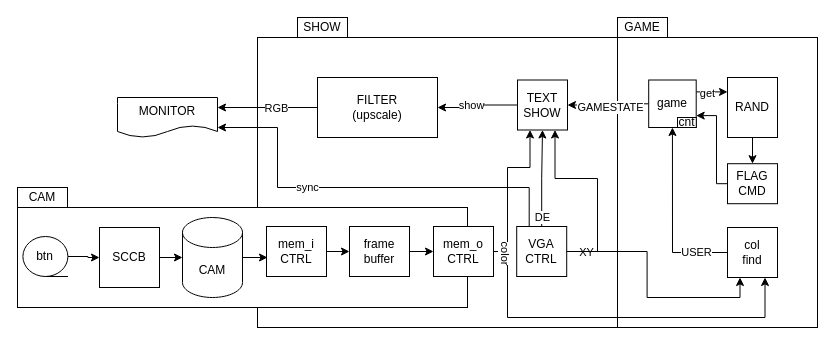
cong2738/FlagGame keeps this draw.io diagram as page "Project design" (1 of 4) of doc/SystenArchitecture.drawio. Above is the earlier version. Source tidied: cells renumbered, new cells numbered last; positions are measured from the earlier drawing's top-left corner, leaving out a move shared by most shapes. Both pictures are drawn from the tidied source at 100%, with x=0, y=0 at pixel (17, 17).
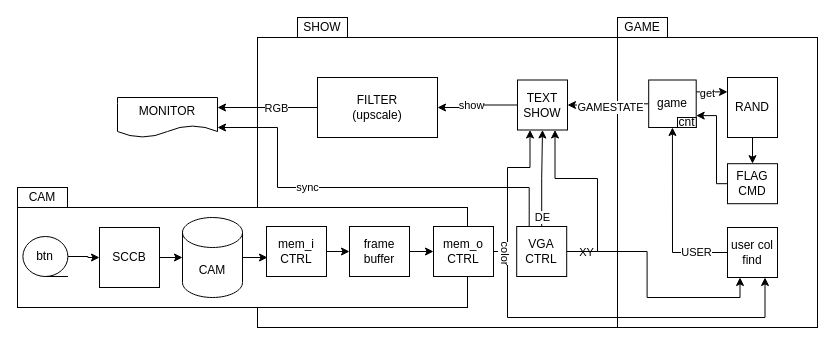
After the change.

Diff of the diagram source:
```diff
@@
-    <mxCell id="18" value="col&lt;div&gt;find&lt;/div&gt;" style="whiteSpace=wrap;html=1;" parent="1" vertex="1">
+    <mxCell id="18" value="user col&lt;div&gt;find&lt;/div&gt;" style="whiteSpace=wrap;html=1;" parent="1" vertex="1">
       <mxGeometry x="710" y="210" width="50" height="50" as="geometry" />
     </mxCell>
```
